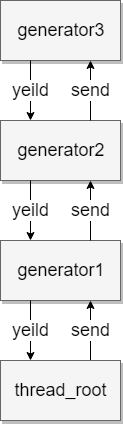
Above: images/context_stack_gen.png in Xudong-Huang/Xudong-Huang.github.io (draw.io), before the change. Source tidied: cells renumbered, new cells last; positions are measured from the earlier drawing's top-left corner, leaving out a move shared by most shapes.
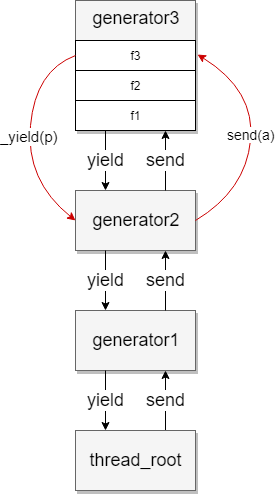
Later version of the same file.

Diff of the diagram source:
```diff
@@ -5,8 +5,8 @@
     <mxCell id="2" value="send" style="edgeStyle=elbowEdgeStyle;rounded=0;html=1;startArrow=none;startFill=0;jettySize=auto;fontSize=18;elbow=vertical;exitX=0.75;exitY=0;exitDx=0;exitDy=0;entryX=0.75;entryY=1;entryDx=0;entryDy=0;" parent="1" edge="1" source="6" target="5">
       <mxGeometry relative="1" as="geometry" />
     </mxCell>
-    <mxCell id="3" value="generator3" style="whiteSpace=wrap;html=1;shadow=1;fontSize=18;fillColor=#f5f5f5;strokeColor=#666666;" parent="1" vertex="1">
-      <mxGeometry width="120" height="60" as="geometry" />
+    <mxCell id="3" value="generator3" style="whiteSpace=wrap;html=1;shadow=1;fontSize=18;fillColor=#f5f5f5;strokeColor=#666666;verticalAlign=top;" parent="1" vertex="1">
+      <mxGeometry y="-70" width="120" height="130" as="geometry" />
     </mxCell>
     <mxCell id="4" value="generator2" style="whiteSpace=wrap;html=1;shadow=1;fontSize=18;fillColor=#f5f5f5;strokeColor=#666666;" parent="1" vertex="1">
       <mxGeometry y="120" width="120" height="60" as="geometry" />
@@ -23,14 +23,40 @@
     <mxCell id="8" value="send" style="edgeStyle=elbowEdgeStyle;rounded=0;html=1;startArrow=none;startFill=0;jettySize=auto;fontSize=18;elbow=vertical;entryX=0.75;entryY=1;entryDx=0;entryDy=0;exitX=0.75;exitY=0;exitDx=0;exitDy=0;" parent="1" edge="1" source="4" target="3">
       <mxGeometry relative="1" as="geometry" />
     </mxCell>
-    <mxCell id="9" value="yeild" style="edgeStyle=elbowEdgeStyle;rounded=0;html=1;startArrow=none;startFill=0;jettySize=auto;fontSize=18;elbow=vertical;entryX=0.25;entryY=0;entryDx=0;entryDy=0;exitX=0.25;exitY=1;exitDx=0;exitDy=0;" parent="1" edge="1" source="3" target="4">
+    <mxCell id="9" value="yield" style="edgeStyle=elbowEdgeStyle;rounded=0;html=1;startArrow=none;startFill=0;jettySize=auto;fontSize=18;elbow=vertical;entryX=0.25;entryY=0;entryDx=0;entryDy=0;exitX=0.25;exitY=1;exitDx=0;exitDy=0;" parent="1" edge="1" source="3" target="4">
       <mxGeometry relative="1" as="geometry" />
     </mxCell>
-    <mxCell id="10" value="yeild" style="edgeStyle=elbowEdgeStyle;rounded=0;html=1;startArrow=none;startFill=0;jettySize=auto;fontSize=18;elbow=vertical;entryX=0.25;entryY=0;entryDx=0;entryDy=0;exitX=0.25;exitY=1;exitDx=0;exitDy=0;" parent="1" edge="1" source="4" target="5">
+    <mxCell id="10" value="yield" style="edgeStyle=elbowEdgeStyle;rounded=0;html=1;startArrow=none;startFill=0;jettySize=auto;fontSize=18;elbow=vertical;entryX=0.25;entryY=0;entryDx=0;entryDy=0;exitX=0.25;exitY=1;exitDx=0;exitDy=0;" parent="1" edge="1" source="4" target="5">
       <mxGeometry relative="1" as="geometry" />
     </mxCell>
-    <mxCell id="11" value="yeild" style="edgeStyle=elbowEdgeStyle;rounded=0;html=1;startArrow=none;startFill=0;jettySize=auto;fontSize=18;elbow=vertical;entryX=0.25;entryY=0;entryDx=0;entryDy=0;exitX=0.25;exitY=1;exitDx=0;exitDy=0;" parent="1" edge="1" source="5" target="6">
+    <mxCell id="11" value="yield" style="edgeStyle=elbowEdgeStyle;rounded=0;html=1;startArrow=none;startFill=0;jettySize=auto;fontSize=18;elbow=vertical;entryX=0.25;entryY=0;entryDx=0;entryDy=0;exitX=0.25;exitY=1;exitDx=0;exitDy=0;" parent="1" edge="1" source="5" target="6">
       <mxGeometry relative="1" as="geometry" />
     </mxCell>
+    <mxCell id="12" value="f1" style="rounded=0;whiteSpace=wrap;html=1;" parent="1" vertex="1">
+      <mxGeometry y="30" width="120" height="30" as="geometry" />
+    </mxCell>
+    <mxCell id="13" value="f2" style="rounded=0;whiteSpace=wrap;html=1;" parent="1" vertex="1">
+      <mxGeometry width="120" height="30" as="geometry" />
+    </mxCell>
+    <mxCell id="14" value="f3" style="rounded=0;whiteSpace=wrap;html=1;" parent="1" vertex="1">
+      <mxGeometry y="-30" width="120" height="30" as="geometry" />
+    </mxCell>
+    <mxCell id="15" value="_yield(p)" style="curved=1;endArrow=classic;html=1;entryX=0;entryY=0.5;entryDx=0;entryDy=0;fillColor=#f8cecc;strokeColor=#CC0000;exitX=0;exitY=0.5;exitDx=0;exitDy=0;fontSize=15;" parent="1" edge="1" source="14">
+      <mxGeometry relative="1" as="geometry">
+        <mxPoint y="150" as="targetPoint" />
+        <Array as="points">
+          <mxPoint x="-40" />
+          <mxPoint x="-50" y="110" />
+        </Array>
+      </mxGeometry>
+    </mxCell>
+    <mxCell id="16" value="send(a)" style="curved=1;endArrow=classic;html=1;entryX=1.017;entryY=0.414;entryDx=0;entryDy=0;fillColor=#f8cecc;strokeColor=#CC0000;exitX=1;exitY=0.5;exitDx=0;exitDy=0;entryPerimeter=0;fontSize=14;" parent="1" edge="1" source="4" target="3">
+      <mxGeometry relative="1" as="geometry">
+        <Array as="points">
+          <mxPoint x="170" y="120" />
+          <mxPoint x="180" y="20" />
+        </Array>
+      </mxGeometry>
+    </mxCell>
   </root>
 </mxGraphModel>
```
